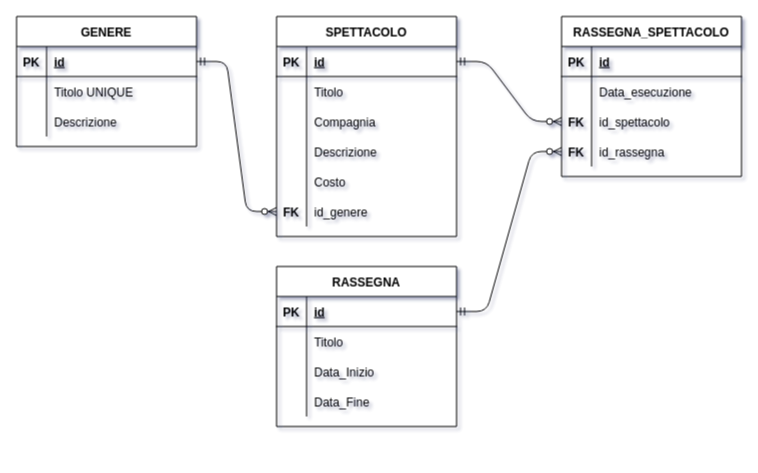
The draw.io diagram Quinta/Informatica/ComuneRoccofritto/ComuneRoccofritto.drawio in CescoP81/GalileiOstiglia, before the edit. Source tidied: cells renumbered, new cells numbered last; positions are measured from the earlier drawing's top-left corner, leaving out a move shared by most shapes. Both pictures are drawn from the tidied source at 100%, with x=0, y=0 at pixel (16, 16).
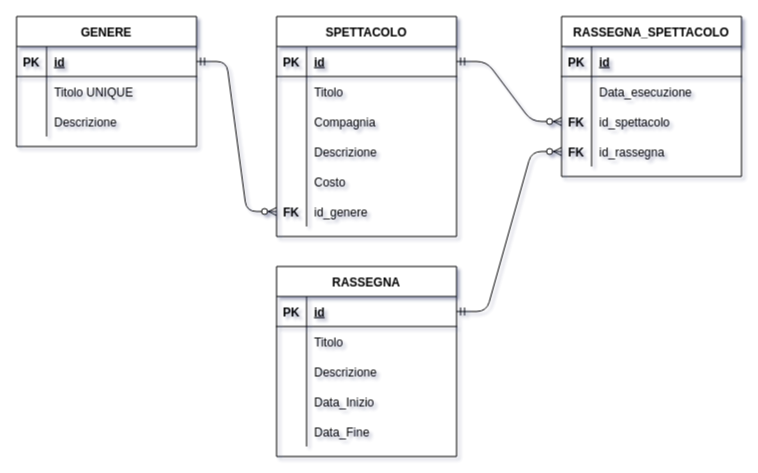
The same diagram, later.

Commit message:
Drawio di Progetto Info

Change to the diagram source:
```diff
@@
     <mxCell id="31" value="RASSEGNA" style="shape=table;startSize=30;childLayout=tableLayout;rowLines=0;fontStyle=1;align=center;" parent="1" vertex="1">
-      <mxGeometry x="260" y="250" width="180" height="160" as="geometry" />
+      <mxGeometry x="260" y="250" width="180" height="190" as="geometry" />
     </mxCell>
@@
+    <mxCell id="60" style="shape=partialRectangle;fillColor=none;top=0;left=0;bottom=0;right=0;" parent="31" vertex="1">
+      <mxGeometry y="90" width="180" height="30" as="geometry" />
+    </mxCell>
+    <mxCell id="61" style="shape=partialRectangle;fillColor=none;top=0;left=0;bottom=0;right=0;overflow=hidden;" parent="60" vertex="1">
+      <mxGeometry width="30" height="30" as="geometry" />
+    </mxCell>
+    <mxCell id="62" value="Descrizione" style="shape=partialRectangle;fillColor=none;top=0;left=0;bottom=0;right=0;align=left;spacingLeft=6;overflow=hidden;" parent="60" vertex="1">
+      <mxGeometry x="30" width="150" height="30" as="geometry" />
+    </mxCell>
     <mxCell id="38" style="shape=partialRectangle;fillColor=none;top=0;left=0;bottom=0;right=0;" parent="31" vertex="1">
-      <mxGeometry y="90" width="180" height="30" as="geometry" />
+      <mxGeometry y="120" width="180" height="30" as="geometry" />
     </mxCell>
@@
     <mxCell id="41" style="shape=partialRectangle;fillColor=none;top=0;left=0;bottom=0;right=0;" parent="31" vertex="1">
-      <mxGeometry y="120" width="180" height="30" as="geometry" />
+      <mxGeometry y="150" width="180" height="30" as="geometry" />
     </mxCell>
```
